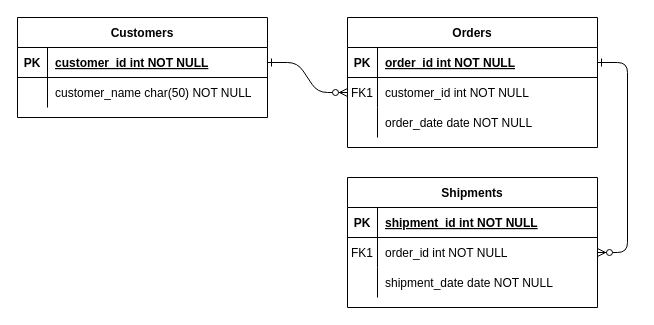
This is docs/assets/drawio/Untitled-Diagram.drawio from ShaoOrg/bulletin, a draw.io file, before an edit. Source tidied: cells renumbered, new cells numbered last; positions are measured from the earlier drawing's top-left corner, leaving out a move shared by most shapes. Both pictures are drawn from the tidied source at 100%, with x=0, y=0 at pixel (17, 17).
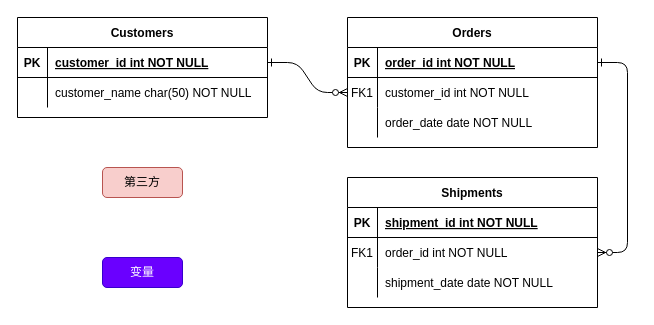
The same diagram, later.

Commit message:
commit by web api from 57952d1f651e

Diff of the diagram source:
```diff
@@
+    <mxCell id="31" value="变量" style="rounded=1;whiteSpace=wrap;html=1;fillColor=#6a00ff;strokeColor=#3700CC;fontColor=#ffffff;" parent="1" vertex="1">
+      <mxGeometry x="85" y="240" width="80" height="30" as="geometry" />
+    </mxCell>
+    <mxCell id="32" value="第三方" style="rounded=1;whiteSpace=wrap;html=1;fillColor=#f8cecc;strokeColor=#b85450;" parent="1" vertex="1">
+      <mxGeometry x="85" y="150" width="80" height="30" as="geometry" />
+    </mxCell>
```
